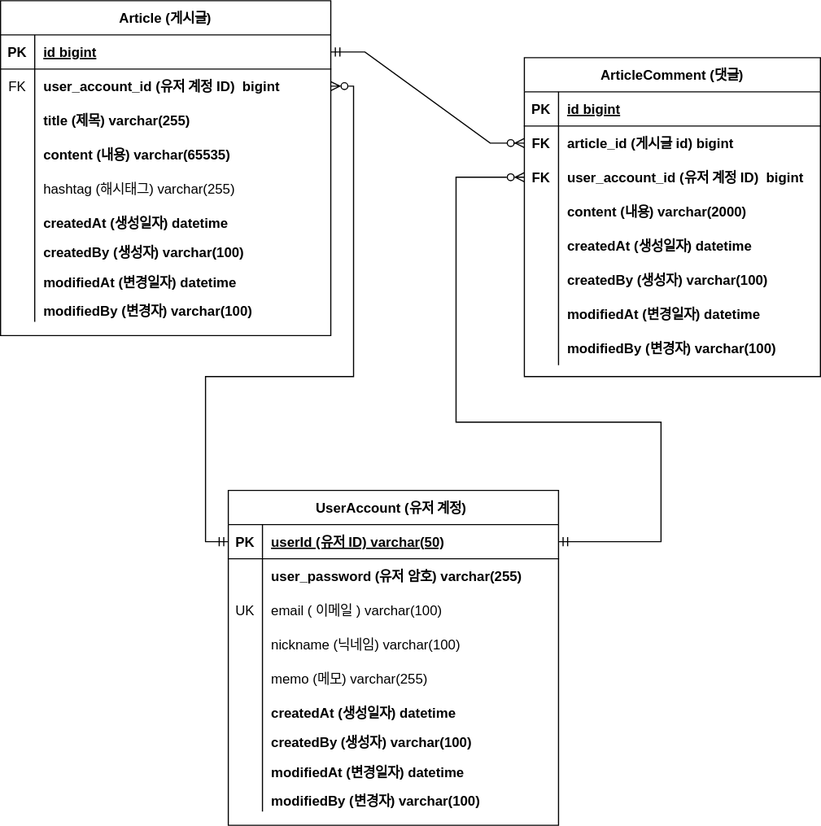
Earlier version of the draw.io export document/project-board-erd.svg (TwOneZero/fastcampus-project-board). Source tidied: cells renumbered, new cells last; positions are measured from the earlier drawing's top-left corner, leaving out a move shared by most shapes.
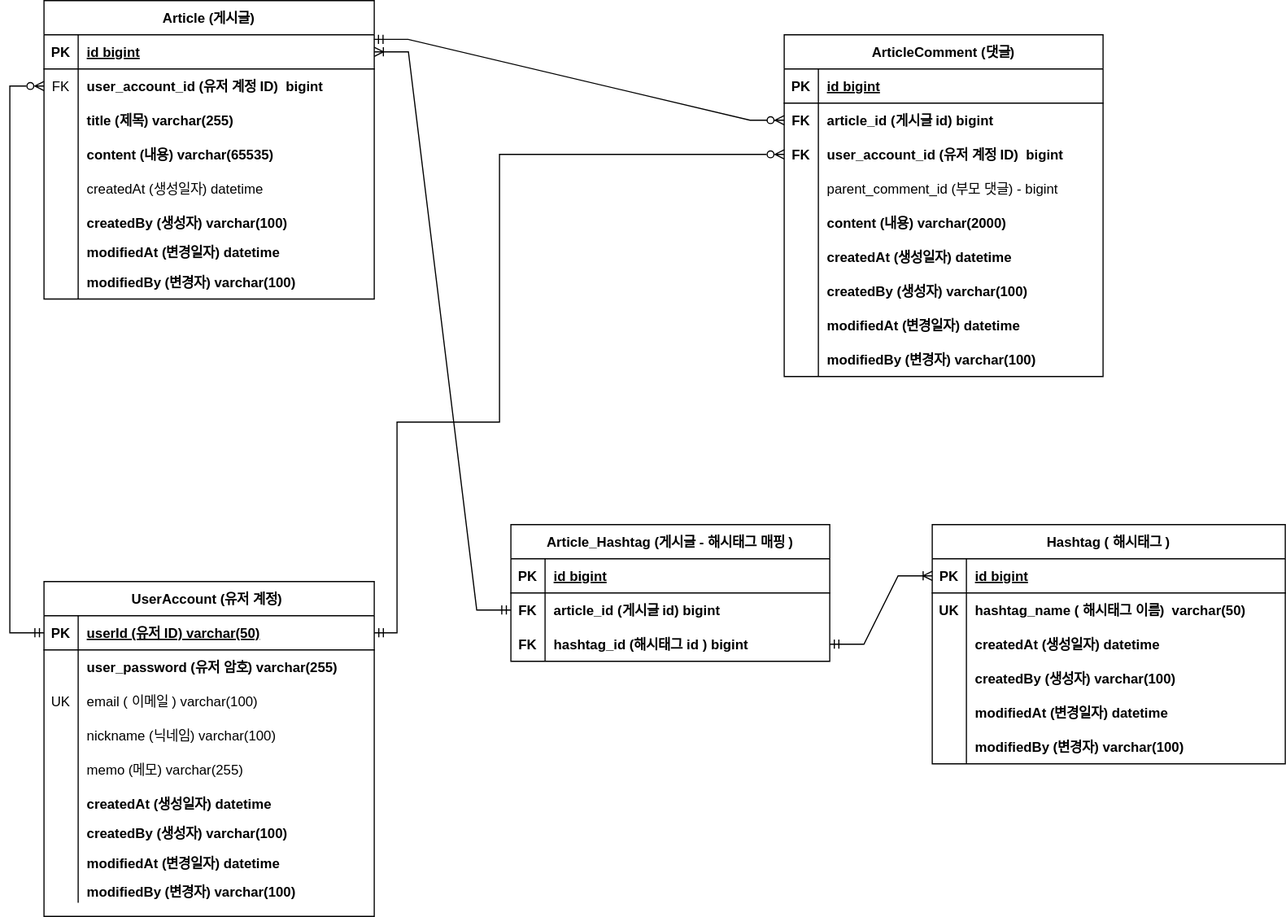
The same file after the commit.

Commit message:
#59 - 추가 도메인 설계 : project-board-erd.svg 업데이트

Change to the diagram source:
```diff
@@ -5,3 +5,3 @@
     <mxCell id="2" value="Article (게시글)" style="shape=table;startSize=30;rowLines=0;fontStyle=1;align=center;" parent="1" vertex="1">
-      <mxGeometry width="290" height="294" as="geometry" />
+      <mxGeometry width="290" height="262" as="geometry" />
     </mxCell>
@@ -49,3 +49,3 @@
     </mxCell>
-    <mxCell id="17" value="hashtag (해시태그) varchar(255) " style="shape=partialRectangle;overflow=hidden;fillColor=none;top=0;left=0;bottom=0;right=0;align=left;spacingLeft=6;" parent="15" vertex="1">
+    <mxCell id="17" value="createdAt (생성일자) datetime" style="shape=partialRectangle;overflow=hidden;fillColor=none;top=0;left=0;bottom=0;right=0;align=left;spacingLeft=6;" parent="15" vertex="1">
       <mxGeometry x="30" width="260" height="30" as="geometry" />
@@ -58,3 +58,3 @@
     </mxCell>
-    <mxCell id="20" value="createdAt (생성일자) datetime" style="shape=partialRectangle;overflow=hidden;fillColor=none;top=0;left=0;bottom=0;right=0;align=left;spacingLeft=6;fontStyle=1;" parent="18" vertex="1">
+    <mxCell id="20" value="createdBy (생성자) varchar(100)" style="shape=partialRectangle;overflow=hidden;fillColor=none;top=0;left=0;bottom=0;right=0;align=left;spacingLeft=6;fontStyle=1;" parent="18" vertex="1">
       <mxGeometry x="30" width="260" height="30" as="geometry" />
@@ -67,3 +67,3 @@
     </mxCell>
-    <mxCell id="23" value="createdBy (생성자) varchar(100)" style="shape=partialRectangle;overflow=hidden;fillColor=none;top=0;left=0;bottom=0;right=0;align=left;spacingLeft=6;fontStyle=1;" parent="21" vertex="1">
+    <mxCell id="23" value="modifiedAt (변경일자) datetime" style="shape=partialRectangle;overflow=hidden;fillColor=none;top=0;left=0;bottom=0;right=0;align=left;spacingLeft=6;fontStyle=1;" parent="21" vertex="1">
       <mxGeometry x="30" width="260" height="22" as="geometry" />
@@ -76,19 +76,10 @@
     </mxCell>
-    <mxCell id="26" value="modifiedAt (변경일자) datetime" style="shape=partialRectangle;overflow=hidden;fillColor=none;top=0;left=0;bottom=0;right=0;align=left;spacingLeft=6;fontStyle=1;" parent="24" vertex="1">
+    <mxCell id="26" value="modifiedBy (변경자) varchar(100)" style="shape=partialRectangle;overflow=hidden;fillColor=none;top=0;left=0;bottom=0;right=0;align=left;spacingLeft=6;fontStyle=1;" parent="24" vertex="1">
       <mxGeometry x="30" width="260" height="30" as="geometry" />
     </mxCell>
-    <mxCell id="27" style="shape=partialRectangle;fillColor=none;top=0;left=0;right=0;bottom=0;" parent="2" vertex="1">
-      <mxGeometry y="262" width="290" height="20" as="geometry" />
-    </mxCell>
-    <mxCell id="28" style="shape=partialRectangle;overflow=hidden;fillColor=none;top=0;left=0;bottom=0;right=0;" parent="27" vertex="1">
-      <mxGeometry width="30" height="20" as="geometry" />
-    </mxCell>
-    <mxCell id="29" value="modifiedBy (변경자) varchar(100)" style="shape=partialRectangle;overflow=hidden;fillColor=none;top=0;left=0;bottom=0;right=0;align=left;spacingLeft=6;fontStyle=1;" parent="27" vertex="1">
-      <mxGeometry x="30" width="260" height="20" as="geometry" />
-    </mxCell>
     <mxCell id="30" value="ArticleComment (댓글)" style="shape=table;startSize=30;rowLines=0;fontStyle=1;align=center;" parent="1" vertex="1">
-      <mxGeometry x="460" y="50" width="260" height="280" as="geometry" />
+      <mxGeometry x="650" y="30" width="280" height="300" as="geometry" />
     </mxCell>
     <mxCell id="31" style="shape=partialRectangle;fillColor=none;top=0;left=0;right=0;bottom=1;" parent="30" vertex="1">
-      <mxGeometry y="30" width="260" height="30" as="geometry" />
+      <mxGeometry y="30" width="280" height="30" as="geometry" />
     </mxCell>
@@ -98,6 +89,6 @@
     <mxCell id="33" value="id bigint" style="shape=partialRectangle;overflow=hidden;fillColor=none;top=0;left=0;bottom=0;right=0;align=left;spacingLeft=6;fontStyle=5;" parent="31" vertex="1">
-      <mxGeometry x="30" width="230" height="30" as="geometry" />
+      <mxGeometry x="30" width="250" height="30" as="geometry" />
     </mxCell>
     <mxCell id="34" style="shape=partialRectangle;fillColor=none;points=[[0,0.5],[1,0.5]];portConstraint=eastwest;top=0;left=0;right=0;bottom=0;" parent="30" vertex="1">
-      <mxGeometry y="60" width="260" height="30" as="geometry" />
+      <mxGeometry y="60" width="280" height="30" as="geometry" />
     </mxCell>
@@ -107,6 +98,6 @@
     <mxCell id="36" value="article_id (게시글 id) bigint" style="shape=partialRectangle;overflow=hidden;fillColor=none;top=0;left=0;bottom=0;right=0;align=left;spacingLeft=6;fontStyle=1;" parent="34" vertex="1">
-      <mxGeometry x="30" width="230" height="30" as="geometry" />
+      <mxGeometry x="30" width="250" height="30" as="geometry" />
     </mxCell>
     <mxCell id="37" style="shape=partialRectangle;fillColor=none;points=[[0,0.5],[1,0.5]];portConstraint=eastwest;top=0;left=0;right=0;bottom=0;" parent="30" vertex="1">
-      <mxGeometry y="90" width="260" height="30" as="geometry" />
+      <mxGeometry y="90" width="280" height="30" as="geometry" />
     </mxCell>
@@ -116,6 +107,15 @@
     <mxCell id="39" value="user_account_id (유저 계정 ID)  bigint" style="shape=partialRectangle;overflow=hidden;fillColor=none;top=0;left=0;bottom=0;right=0;align=left;spacingLeft=6;fontStyle=1;" parent="37" vertex="1">
-      <mxGeometry x="30" width="230" height="30" as="geometry" />
+      <mxGeometry x="30" width="250" height="30" as="geometry" />
     </mxCell>
+    <mxCell id="86" style="shape=partialRectangle;fillColor=none;top=0;left=0;right=0;bottom=0;" parent="30" vertex="1">
+      <mxGeometry y="120" width="280" height="30" as="geometry" />
+    </mxCell>
+    <mxCell id="87" style="shape=partialRectangle;overflow=hidden;fillColor=none;top=0;left=0;bottom=0;right=0;fontStyle=1;" parent="86" vertex="1">
+      <mxGeometry width="30" height="30" as="geometry" />
+    </mxCell>
+    <mxCell id="88" value="parent_comment_id (부모 댓글) - bigint" style="shape=partialRectangle;overflow=hidden;fillColor=none;top=0;left=0;bottom=0;right=0;align=left;spacingLeft=6;fontStyle=0;" parent="86" vertex="1">
+      <mxGeometry x="30" width="250" height="30" as="geometry" />
+    </mxCell>
     <mxCell id="40" style="shape=partialRectangle;fillColor=none;top=0;left=0;right=0;bottom=0;" parent="30" vertex="1">
-      <mxGeometry y="120" width="260" height="30" as="geometry" />
+      <mxGeometry y="150" width="280" height="30" as="geometry" />
     </mxCell>
@@ -125,6 +125,6 @@
     <mxCell id="42" value="content (내용) varchar(2000) " style="shape=partialRectangle;overflow=hidden;fillColor=none;top=0;left=0;bottom=0;right=0;align=left;spacingLeft=6;fontStyle=1;" parent="40" vertex="1">
-      <mxGeometry x="30" width="230" height="30" as="geometry" />
+      <mxGeometry x="30" width="250" height="30" as="geometry" />
     </mxCell>
     <mxCell id="43" style="shape=partialRectangle;fillColor=none;top=0;left=0;right=0;bottom=0;" parent="30" vertex="1">
-      <mxGeometry y="150" width="260" height="30" as="geometry" />
+      <mxGeometry y="180" width="280" height="30" as="geometry" />
     </mxCell>
@@ -134,6 +134,6 @@
     <mxCell id="45" value="createdAt (생성일자) datetime" style="shape=partialRectangle;overflow=hidden;fillColor=none;top=0;left=0;bottom=0;right=0;align=left;spacingLeft=6;fontStyle=1;" parent="43" vertex="1">
-      <mxGeometry x="30" width="230" height="30" as="geometry" />
+      <mxGeometry x="30" width="250" height="30" as="geometry" />
     </mxCell>
     <mxCell id="46" style="shape=partialRectangle;fillColor=none;top=0;left=0;right=0;bottom=0;" parent="30" vertex="1">
-      <mxGeometry y="180" width="260" height="30" as="geometry" />
+      <mxGeometry y="210" width="280" height="30" as="geometry" />
     </mxCell>
@@ -143,6 +143,6 @@
     <mxCell id="48" value="createdBy (생성자) varchar(100)" style="shape=partialRectangle;overflow=hidden;fillColor=none;top=0;left=0;bottom=0;right=0;align=left;spacingLeft=6;fontStyle=1;" parent="46" vertex="1">
-      <mxGeometry x="30" width="230" height="30" as="geometry" />
+      <mxGeometry x="30" width="250" height="30" as="geometry" />
     </mxCell>
     <mxCell id="49" style="shape=partialRectangle;fillColor=none;top=0;left=0;right=0;bottom=0;" parent="30" vertex="1">
-      <mxGeometry y="210" width="260" height="30" as="geometry" />
+      <mxGeometry y="240" width="280" height="30" as="geometry" />
     </mxCell>
@@ -152,6 +152,6 @@
     <mxCell id="51" value="modifiedAt (변경일자) datetime" style="shape=partialRectangle;overflow=hidden;fillColor=none;top=0;left=0;bottom=0;right=0;align=left;spacingLeft=6;fontStyle=1;" parent="49" vertex="1">
-      <mxGeometry x="30" width="230" height="30" as="geometry" />
+      <mxGeometry x="30" width="250" height="30" as="geometry" />
     </mxCell>
     <mxCell id="52" style="shape=partialRectangle;fillColor=none;top=0;left=0;right=0;bottom=0;" parent="30" vertex="1">
-      <mxGeometry y="240" width="260" height="30" as="geometry" />
+      <mxGeometry y="270" width="280" height="30" as="geometry" />
     </mxCell>
@@ -161,5 +161,5 @@
     <mxCell id="54" value="modifiedBy (변경자) varchar(100)" style="shape=partialRectangle;overflow=hidden;fillColor=none;top=0;left=0;bottom=0;right=0;align=left;spacingLeft=6;fontStyle=1;" parent="52" vertex="1">
-      <mxGeometry x="30" width="230" height="30" as="geometry" />
+      <mxGeometry x="30" width="250" height="30" as="geometry" />
     </mxCell>
-    <mxCell id="55" style="edgeStyle=entityRelationEdgeStyle;fontSize=12;html=1;endArrow=ERzeroToMany;startArrow=ERmandOne;rounded=0;" parent="1" edge="1" source="3" target="34">
+    <mxCell id="55" style="edgeStyle=entityRelationEdgeStyle;fontSize=12;html=1;endArrow=ERzeroToMany;startArrow=ERmandOne;rounded=0;exitX=0.999;exitY=0.136;exitDx=0;exitDy=0;exitPerimeter=0;" parent="1" edge="1" source="3" target="34">
       <mxGeometry relative="1" as="geometry" />
@@ -167,3 +167,3 @@
     <mxCell id="56" value="UserAccount (유저 계정) " style="shape=table;startSize=30;rowLines=0;fontStyle=1;align=center;" parent="1" vertex="1">
-      <mxGeometry x="200" y="430" width="290" height="294" as="geometry" />
+      <mxGeometry y="510" width="290" height="294" as="geometry" />
     </mxCell>
@@ -250,9 +250,7 @@
     </mxCell>
-    <mxCell id="84" style="edgeStyle=orthogonalEdgeStyle;rounded=0;jettySize=auto;html=1;exitX=0;exitY=0.5;exitDx=0;exitDy=0;entryX=1;entryY=0.5;entryDx=0;entryDy=0;endArrow=ERzeroToMany;endFill=0;startArrow=ERmandOne;startFill=0;" parent="1" edge="1" source="57" target="6">
+    <mxCell id="84" style="edgeStyle=orthogonalEdgeStyle;rounded=0;jettySize=auto;html=1;exitX=0;exitY=0.5;exitDx=0;exitDy=0;entryX=0;entryY=0.5;entryDx=0;entryDy=0;endArrow=ERzeroToMany;endFill=0;startArrow=ERmandOne;startFill=0;" parent="1" edge="1" source="57" target="6">
       <mxGeometry relative="1" as="geometry">
         <Array as="points">
-          <mxPoint x="180" y="475" />
-          <mxPoint x="180" y="330" />
-          <mxPoint x="310" y="330" />
-          <mxPoint x="310" y="75" />
+          <mxPoint x="-30" y="555" />
+          <mxPoint x="-30" y="75" />
         </Array>
@@ -263,6 +261,6 @@
         <Array as="points">
-          <mxPoint x="580" y="475" />
-          <mxPoint x="580" y="370" />
+          <mxPoint x="310" y="555" />
+          <mxPoint x="310" y="370" />
           <mxPoint x="400" y="370" />
-          <mxPoint x="400" y="155" />
+          <mxPoint x="400" y="135" />
         </Array>
@@ -270,2 +268,95 @@
     </mxCell>
+    <mxCell id="89" value="Article_Hashtag (게시글 - 해시태그 매핑 )" style="shape=table;startSize=30;rowLines=0;fontStyle=1;align=center;" parent="1" vertex="1">
+      <mxGeometry x="410" y="460" width="280" height="120" as="geometry" />
+    </mxCell>
+    <mxCell id="90" style="shape=partialRectangle;fillColor=none;top=0;left=0;right=0;bottom=1;" parent="89" vertex="1">
+      <mxGeometry y="30" width="280" height="30" as="geometry" />
+    </mxCell>
+    <mxCell id="91" value="PK" style="shape=partialRectangle;overflow=hidden;fillColor=none;top=0;left=0;bottom=0;right=0;fontStyle=1;" parent="90" vertex="1">
+      <mxGeometry width="30" height="30" as="geometry" />
+    </mxCell>
+    <mxCell id="92" value="id bigint" style="shape=partialRectangle;overflow=hidden;fillColor=none;top=0;left=0;bottom=0;right=0;align=left;spacingLeft=6;fontStyle=5;" parent="90" vertex="1">
+      <mxGeometry x="30" width="250" height="30" as="geometry" />
+    </mxCell>
+    <mxCell id="93" style="shape=partialRectangle;fillColor=none;points=[[0,0.5],[1,0.5]];portConstraint=eastwest;top=0;left=0;right=0;bottom=0;" parent="89" vertex="1">
+      <mxGeometry y="60" width="280" height="30" as="geometry" />
+    </mxCell>
+    <mxCell id="94" value="FK" style="shape=partialRectangle;overflow=hidden;fillColor=none;top=0;left=0;bottom=0;right=0;fontStyle=1;" parent="93" vertex="1">
+      <mxGeometry width="30" height="30" as="geometry" />
+    </mxCell>
+    <mxCell id="95" value="article_id (게시글 id) bigint" style="shape=partialRectangle;overflow=hidden;fillColor=none;top=0;left=0;bottom=0;right=0;align=left;spacingLeft=6;fontStyle=1;" parent="93" vertex="1">
+      <mxGeometry x="30" width="250" height="30" as="geometry" />
+    </mxCell>
+    <mxCell id="96" style="shape=partialRectangle;fillColor=none;points=[[0,0.5],[1,0.5]];portConstraint=eastwest;top=0;left=0;right=0;bottom=0;" parent="89" vertex="1">
+      <mxGeometry y="90" width="280" height="30" as="geometry" />
+    </mxCell>
+    <mxCell id="97" value="FK" style="shape=partialRectangle;overflow=hidden;fillColor=none;top=0;left=0;bottom=0;right=0;fontStyle=1;" parent="96" vertex="1">
+      <mxGeometry width="30" height="30" as="geometry" />
+    </mxCell>
+    <mxCell id="98" value="hashtag_id (해시태그 id ) bigint" style="shape=partialRectangle;overflow=hidden;fillColor=none;top=0;left=0;bottom=0;right=0;align=left;spacingLeft=6;fontStyle=1;" parent="96" vertex="1">
+      <mxGeometry x="30" width="250" height="30" as="geometry" />
+    </mxCell>
+    <mxCell id="99" style="edgeStyle=entityRelationEdgeStyle;fontSize=12;html=1;endArrow=ERoneToMany;startArrow=ERmandOne;rounded=0;exitX=0;exitY=0.5;exitDx=0;exitDy=0;entryX=1;entryY=0.5;entryDx=0;entryDy=0;" parent="1" edge="1" source="93" target="3">
+      <mxGeometry relative="1" as="geometry" />
+    </mxCell>
+    <mxCell id="100" value="Hashtag ( 해시태그 )" style="shape=table;startSize=30;rowLines=0;fontStyle=1;align=center;" parent="1" vertex="1">
+      <mxGeometry x="780" y="460" width="310" height="210" as="geometry" />
+    </mxCell>
+    <mxCell id="101" style="shape=partialRectangle;fillColor=none;points=[[0,0.5],[1,0.5]];portConstraint=eastwest;top=0;left=0;right=0;bottom=1;" parent="100" vertex="1">
+      <mxGeometry y="30" width="310" height="30" as="geometry" />
+    </mxCell>
+    <mxCell id="102" value="PK" style="shape=partialRectangle;overflow=hidden;fillColor=none;top=0;left=0;bottom=0;right=0;fontStyle=1;" parent="101" vertex="1">
+      <mxGeometry width="30" height="30" as="geometry" />
+    </mxCell>
+    <mxCell id="103" value="id bigint" style="shape=partialRectangle;overflow=hidden;fillColor=none;top=0;left=0;bottom=0;right=0;align=left;spacingLeft=6;fontStyle=5;" parent="101" vertex="1">
+      <mxGeometry x="30" width="280" height="30" as="geometry" />
+    </mxCell>
+    <mxCell id="104" style="shape=partialRectangle;fillColor=none;top=0;left=0;right=0;bottom=0;" parent="100" vertex="1">
+      <mxGeometry y="60" width="310" height="30" as="geometry" />
+    </mxCell>
+    <mxCell id="105" value="UK" style="shape=partialRectangle;overflow=hidden;fillColor=none;top=0;left=0;bottom=0;right=0;fontStyle=1;" parent="104" vertex="1">
+      <mxGeometry width="30" height="30" as="geometry" />
+    </mxCell>
+    <mxCell id="106" value="hashtag_name ( 해시태그 이름)  varchar(50)" style="shape=partialRectangle;overflow=hidden;fillColor=none;top=0;left=0;bottom=0;right=0;align=left;spacingLeft=6;fontStyle=1;" parent="104" vertex="1">
+      <mxGeometry x="30" width="280" height="30" as="geometry" />
+    </mxCell>
+    <mxCell id="107" style="shape=partialRectangle;fillColor=none;top=0;left=0;right=0;bottom=0;" parent="100" vertex="1">
+      <mxGeometry y="90" width="310" height="30" as="geometry" />
+    </mxCell>
+    <mxCell id="108" style="shape=partialRectangle;overflow=hidden;fillColor=none;top=0;left=0;bottom=0;right=0;fontStyle=1;" parent="107" vertex="1">
+      <mxGeometry width="30" height="30" as="geometry" />
+    </mxCell>
+    <mxCell id="109" value="createdAt (생성일자) datetime" style="shape=partialRectangle;overflow=hidden;fillColor=none;top=0;left=0;bottom=0;right=0;align=left;spacingLeft=6;fontStyle=1;" parent="107" vertex="1">
+      <mxGeometry x="30" width="280" height="30" as="geometry" />
+    </mxCell>
+    <mxCell id="110" style="shape=partialRectangle;fillColor=none;top=0;left=0;right=0;bottom=0;" parent="100" vertex="1">
+      <mxGeometry y="120" width="310" height="30" as="geometry" />
+    </mxCell>
+    <mxCell id="111" style="shape=partialRectangle;overflow=hidden;fillColor=none;top=0;left=0;bottom=0;right=0;fontStyle=1;" parent="110" vertex="1">
+      <mxGeometry width="30" height="30" as="geometry" />
+    </mxCell>
+    <mxCell id="112" value="createdBy (생성자) varchar(100)" style="shape=partialRectangle;overflow=hidden;fillColor=none;top=0;left=0;bottom=0;right=0;align=left;spacingLeft=6;fontStyle=1;" parent="110" vertex="1">
+      <mxGeometry x="30" width="280" height="30" as="geometry" />
+    </mxCell>
+    <mxCell id="113" style="shape=partialRectangle;fillColor=none;top=0;left=0;right=0;bottom=0;" parent="100" vertex="1">
+      <mxGeometry y="150" width="310" height="30" as="geometry" />
+    </mxCell>
+    <mxCell id="114" style="shape=partialRectangle;overflow=hidden;fillColor=none;top=0;left=0;bottom=0;right=0;fontStyle=1;" parent="113" vertex="1">
+      <mxGeometry width="30" height="30" as="geometry" />
+    </mxCell>
+    <mxCell id="115" value="modifiedAt (변경일자) datetime" style="shape=partialRectangle;overflow=hidden;fillColor=none;top=0;left=0;bottom=0;right=0;align=left;spacingLeft=6;fontStyle=1;" parent="113" vertex="1">
+      <mxGeometry x="30" width="280" height="30" as="geometry" />
+    </mxCell>
+    <mxCell id="116" style="shape=partialRectangle;fillColor=none;top=0;left=0;right=0;bottom=0;" parent="100" vertex="1">
+      <mxGeometry y="180" width="310" height="30" as="geometry" />
+    </mxCell>
+    <mxCell id="117" style="shape=partialRectangle;overflow=hidden;fillColor=none;top=0;left=0;bottom=0;right=0;fontStyle=1;" parent="116" vertex="1">
+      <mxGeometry width="30" height="30" as="geometry" />
+    </mxCell>
+    <mxCell id="29" value="modifiedBy (변경자) varchar(100)" style="shape=partialRectangle;overflow=hidden;fillColor=none;top=0;left=0;bottom=0;right=0;align=left;spacingLeft=6;fontStyle=1;" parent="116" vertex="1">
+      <mxGeometry x="30" width="280" height="30" as="geometry" />
+    </mxCell>
+    <mxCell id="118" style="edgeStyle=entityRelationEdgeStyle;fontSize=12;html=1;endArrow=ERoneToMany;startArrow=ERmandOne;rounded=0;entryX=0;entryY=0.5;entryDx=0;entryDy=0;" parent="1" edge="1" source="96" target="101">
+      <mxGeometry relative="1" as="geometry" />
+    </mxCell>
   </root>
```
